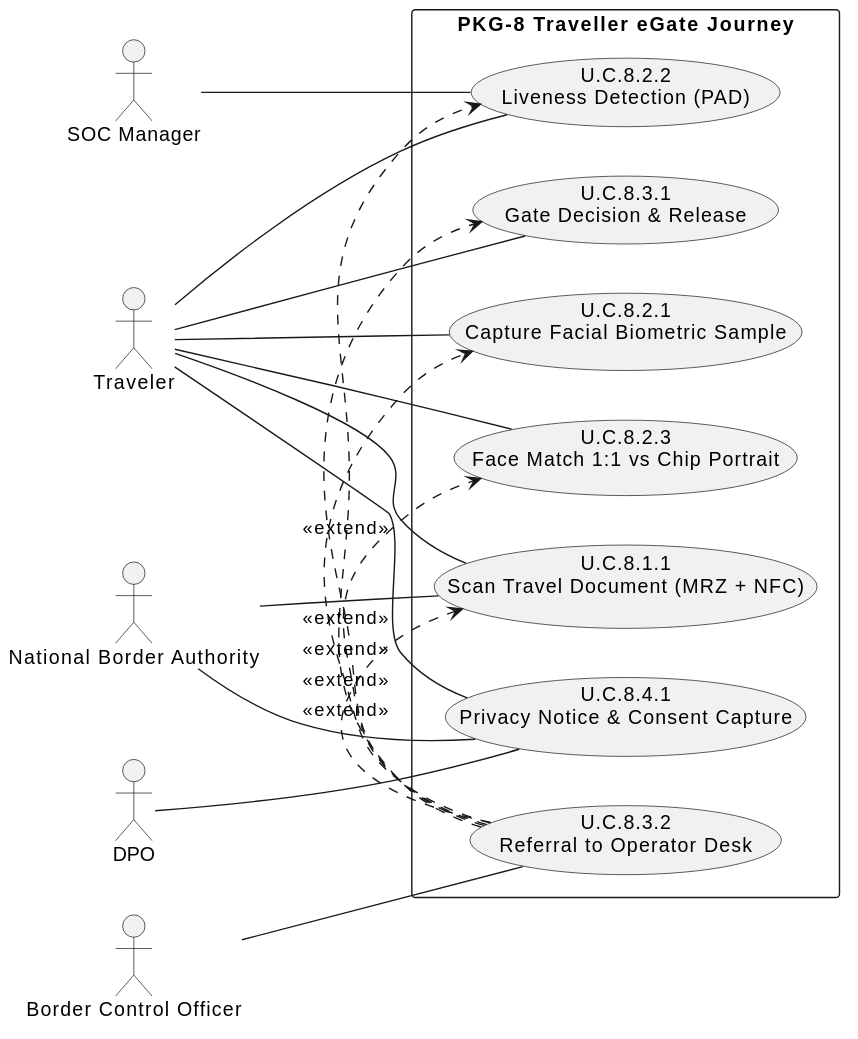
Above: 02_CASES/Case_02_SecureBorder_Solutions/03_PHASE3_DECOMPOSITION/annexes/svg/A_s2_pkg_8_traveller_egate_journey_7_use_case.svg in pauloribeiro16/Methodology_compact (PlantUML), before the change.
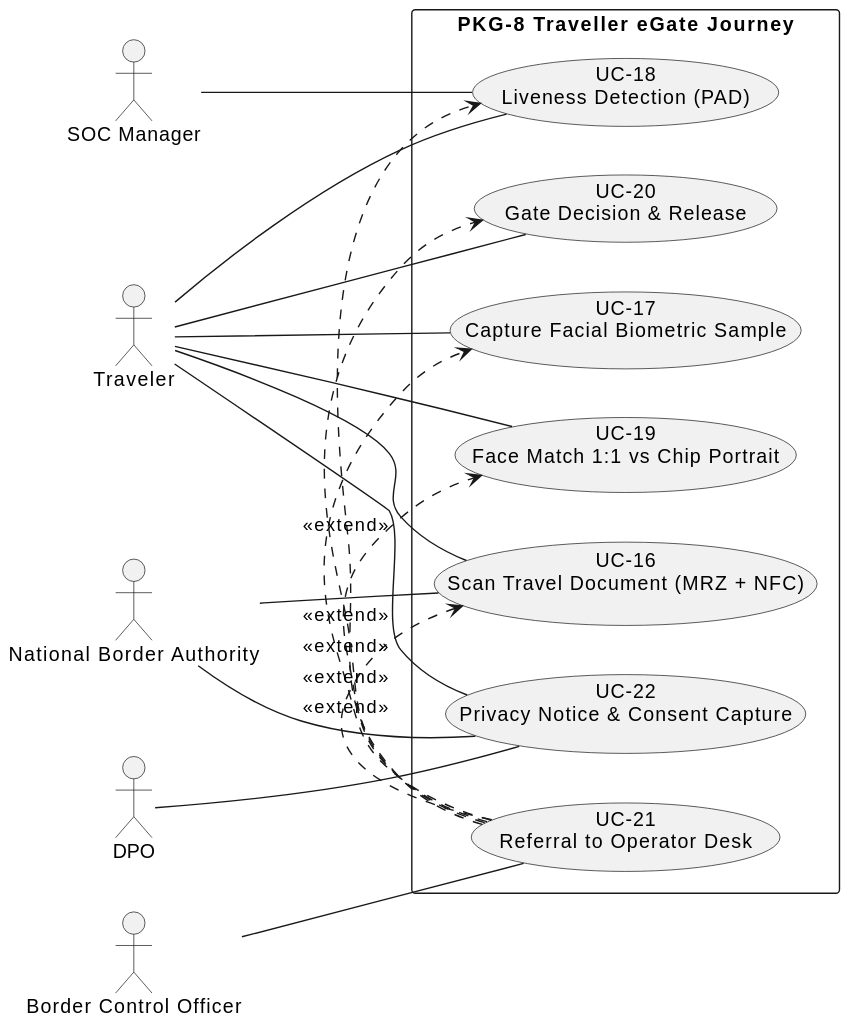
After the change.

The edit, as a diff of the source:
```diff
@@ -6,13 +6,13 @@
 actor "DPO" as DPO
 actor "National Border Authority" as NBA
 rectangle "PKG-8 Traveller eGate Journey" {
-usecase "U.C.8.1.1\nScan Travel Document (MRZ + NFC)" as UC811
-usecase "U.C.8.2.1\nCapture Facial Biometric Sample" as UC821
-usecase "U.C.8.2.2\nLiveness Detection (PAD)" as UC822
-usecase "U.C.8.2.3\nFace Match 1:1 vs Chip Portrait" as UC823
-usecase "U.C.8.3.1\nGate Decision & Release" as UC831
-usecase "U.C.8.3.2\nReferral to Operator Desk" as UC832
-usecase "U.C.8.4.1\nPrivacy Notice & Consent Capture" as UC841
+usecase "UC-16\nScan Travel Document (MRZ + NFC)" as UC811
+usecase "UC-17\nCapture Facial Biometric Sample" as UC821
+usecase "UC-18\nLiveness Detection (PAD)" as UC822
+usecase "UC-19\nFace Match 1:1 vs Chip Portrait" as UC823
+usecase "UC-20\nGate Decision & Release" as UC831
+usecase "UC-21\nReferral to Operator Desk" as UC832
+usecase "UC-22\nPrivacy Notice & Consent Capture" as UC841
 }
 TRV -- UC811
 TRV -- UC821
```
